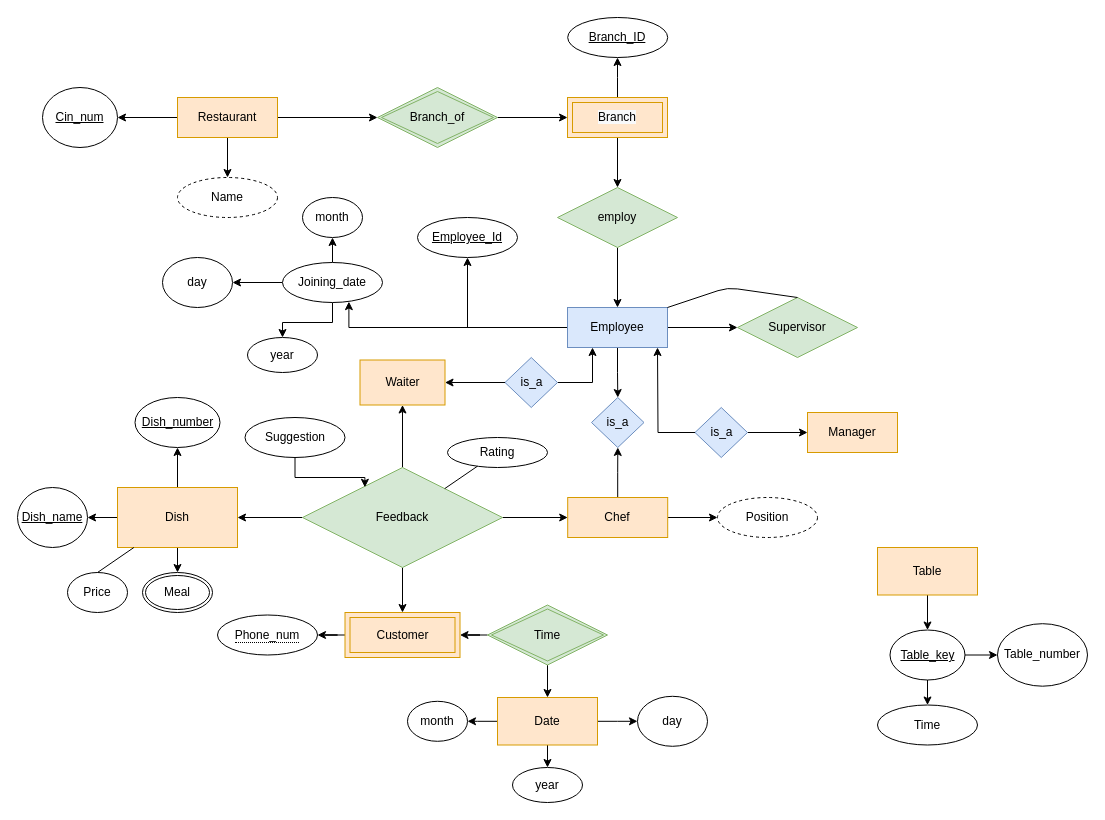
This is Restaurant Ratings.drawio from sarthaka1310/DAA, a draw.io file, before an edit. Source tidied: cells renumbered, new cells numbered last; positions are measured from the earlier drawing's top-left corner, leaving out a move shared by most shapes. Both pictures are drawn from the tidied source at 100%, with x=0, y=0 at pixel (17, 17).
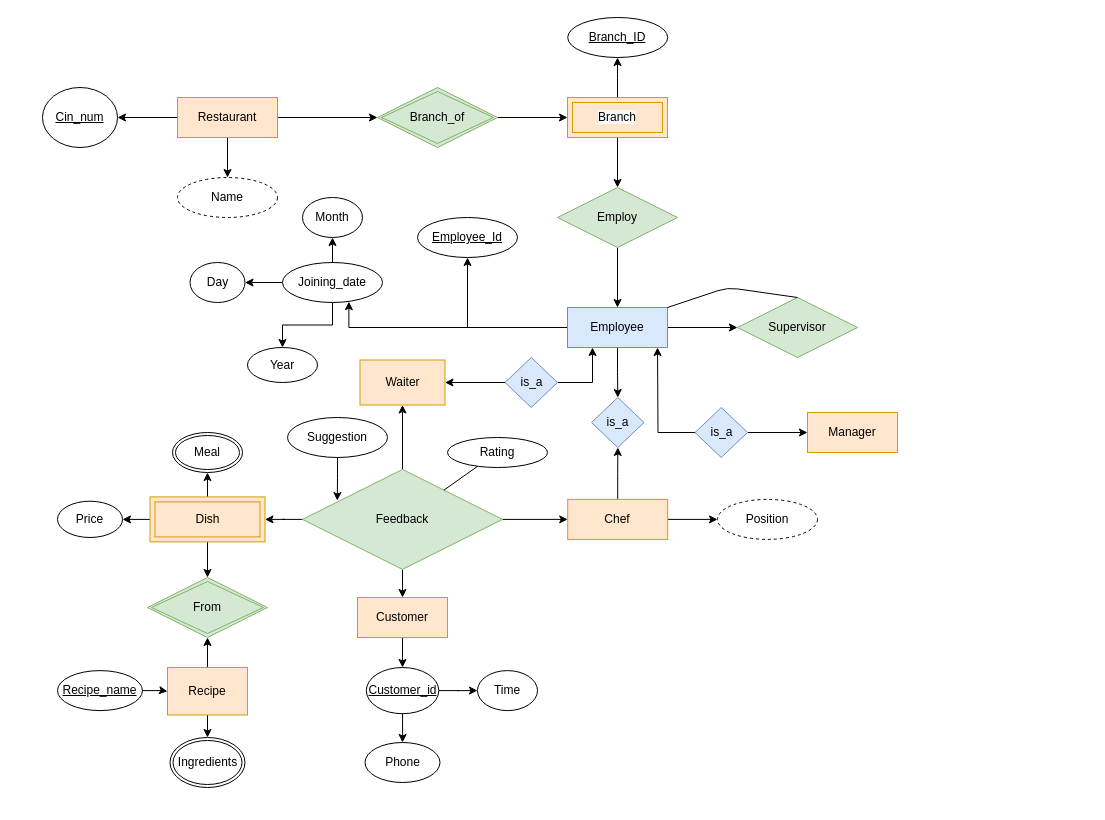
After the change.

Diff of the diagram source:
```diff
@@
-    <mxCell id="3" style="edgeStyle=orthogonalEdgeStyle;rounded=0;jettySize=auto;html=1;" parent="1" edge="1" source="6" target="15">
-      <mxGeometry relative="1" as="geometry" />
-    </mxCell>
@@
+    <mxCell id="82" style="edgeStyle=orthogonalEdgeStyle;rounded=0;jettySize=auto;html=1;" parent="1" edge="1" source="6" target="93">
+      <mxGeometry relative="1" as="geometry" />
+    </mxCell>
     <mxCell id="6" value="Feedback" style="rhombus;whiteSpace=wrap;html=1;fillColor=#d5e8d4;strokeColor=#82b366;" parent="1" vertex="1">
-      <mxGeometry x="285" y="450" width="200" height="100" as="geometry" />
+      <mxGeometry x="285" y="451.9" width="200" height="100" as="geometry" />
     </mxCell>
@@
     <mxCell id="9" value="Chef" style="whiteSpace=wrap;html=1;align=center;fillColor=#ffe6cc;strokeColor=#d79b00;" parent="1" vertex="1">
-      <mxGeometry x="550.2" y="480" width="100" height="40" as="geometry" />
+      <mxGeometry x="550.2" y="481.9" width="100" height="40" as="geometry" />
     </mxCell>
-    <mxCell id="10" style="edgeStyle=orthogonalEdgeStyle;rounded=0;jettySize=auto;html=1;" parent="1" edge="1" source="11" target="25">
-      <mxGeometry relative="1" as="geometry" />
-    </mxCell>
-    <mxCell id="11" value="Table" style="whiteSpace=wrap;html=1;fillColor=#ffe6cc;strokeColor=#d79b00;" parent="1" vertex="1">
-      <mxGeometry x="860" y="530" width="100" height="47.5" as="geometry" />
-    </mxCell>
-    <mxCell id="12" style="edgeStyle=orthogonalEdgeStyle;rounded=0;jettySize=auto;html=1;" parent="1" edge="1" source="15" target="26">
-      <mxGeometry relative="1" as="geometry" />
-    </mxCell>
-    <mxCell id="13" style="edgeStyle=orthogonalEdgeStyle;rounded=0;jettySize=auto;html=1;" parent="1" edge="1" source="15" target="27">
-      <mxGeometry relative="1" as="geometry" />
-    </mxCell>
-    <mxCell id="14" style="edgeStyle=orthogonalEdgeStyle;rounded=0;jettySize=auto;html=1;" parent="1" edge="1" source="15" target="50">
-      <mxGeometry relative="1" as="geometry" />
-    </mxCell>
-    <mxCell id="15" value="Dish" style="whiteSpace=wrap;html=1;fillColor=#ffe6cc;strokeColor=#d79b00;" parent="1" vertex="1">
-      <mxGeometry x="100" y="470" width="120" height="60" as="geometry" />
-    </mxCell>
@@
-    <mxCell id="23" style="edgeStyle=orthogonalEdgeStyle;rounded=0;jettySize=auto;html=1;" parent="1" edge="1" source="25" target="28">
-      <mxGeometry relative="1" as="geometry" />
-    </mxCell>
-    <mxCell id="24" style="edgeStyle=orthogonalEdgeStyle;rounded=0;jettySize=auto;html=1;" parent="1" edge="1" source="25" target="70">
-      <mxGeometry relative="1" as="geometry" />
-    </mxCell>
-    <mxCell id="25" value="Table_key" style="ellipse;whiteSpace=wrap;html=1;fillColor=none;fontStyle=4;" parent="1" vertex="1">
-      <mxGeometry x="872.5" y="612.5" width="75" height="50" as="geometry" />
-    </mxCell>
-    <mxCell id="26" value="Dish_name" style="ellipse;whiteSpace=wrap;html=1;fillColor=none;fontStyle=4;" parent="1" vertex="1">
-      <mxGeometry y="470" width="70" height="60" as="geometry" />
-    </mxCell>
-    <mxCell id="27" value="&lt;u&gt;Dish_number&lt;/u&gt;" style="ellipse;whiteSpace=wrap;html=1;fillColor=none;" parent="1" vertex="1">
-      <mxGeometry x="117.5" y="380" width="85" height="50" as="geometry" />
-    </mxCell>
-    <mxCell id="28" value="Table_number" style="ellipse;whiteSpace=wrap;html=1;fillColor=none;" parent="1" vertex="1">
-      <mxGeometry x="980" y="606.2" width="90" height="62.5" as="geometry" />
-    </mxCell>
-    <mxCell id="29" value="Price" style="ellipse;whiteSpace=wrap;html=1;fillColor=none;" parent="1" vertex="1">
-      <mxGeometry x="50" y="555" width="60" height="40" as="geometry" />
-    </mxCell>
     <mxCell id="30" value="Position" style="ellipse;whiteSpace=wrap;html=1;align=center;dashed=1;" parent="1" vertex="1">
-      <mxGeometry x="700" y="480" width="100" height="40" as="geometry" />
+      <mxGeometry x="700" y="481.9" width="100" height="40" as="geometry" />
     </mxCell>
+    <mxCell id="83" style="edgeStyle=orthogonalEdgeStyle;rounded=0;jettySize=auto;html=1;" parent="1" edge="1" source="32" target="48">
+      <mxGeometry relative="1" as="geometry" />
+    </mxCell>
@@
+    <mxCell id="84" style="edgeStyle=orthogonalEdgeStyle;rounded=0;jettySize=auto;html=1;" parent="1" edge="1" source="32" target="50">
+      <mxGeometry relative="1" as="geometry" />
+    </mxCell>
-    <mxCell id="32" value="Customer" style="shape=ext;margin=3;double=1;whiteSpace=wrap;html=1;align=center;fillColor=#ffe6cc;strokeColor=#d79b00;" parent="1" vertex="1">
-      <mxGeometry x="327.5" y="595" width="115" height="45" as="geometry" />
+    <mxCell id="32" value="Dish" style="shape=ext;margin=3;double=1;whiteSpace=wrap;html=1;align=center;fillColor=#ffe6cc;strokeColor=#d79b00;" parent="1" vertex="1">
+      <mxGeometry x="132.5" y="479.4" width="115" height="45" as="geometry" />
     </mxCell>
@@
-    <mxCell id="41" value="employ" style="shape=rhombus;perimeter=rhombusPerimeter;whiteSpace=wrap;html=1;align=center;fillColor=#d5e8d4;strokeColor=#82b366;" parent="1" vertex="1">
+    <mxCell id="41" value="Employ" style="shape=rhombus;perimeter=rhombusPerimeter;whiteSpace=wrap;html=1;align=center;fillColor=#d5e8d4;strokeColor=#82b366;" parent="1" vertex="1">
       <mxGeometry x="540" y="170" width="120" height="60" as="geometry" />
     </mxCell>
@@
-    <mxCell id="46" style="edgeStyle=orthogonalEdgeStyle;rounded=0;jettySize=auto;html=1;" parent="1" edge="1" source="48" target="32">
-      <mxGeometry relative="1" as="geometry" />
-    </mxCell>
-    <mxCell id="47" style="edgeStyle=orthogonalEdgeStyle;rounded=0;jettySize=auto;html=1;" parent="1" edge="1" source="48" target="78">
-      <mxGeometry relative="1" as="geometry" />
-    </mxCell>
-    <mxCell id="48" value="Time" style="shape=rhombus;double=1;perimeter=rhombusPerimeter;whiteSpace=wrap;html=1;align=center;fillColor=#d5e8d4;strokeColor=#82b366;" parent="1" vertex="1">
-      <mxGeometry x="470" y="587.5" width="120" height="60" as="geometry" />
+    <mxCell id="48" value="From" style="shape=rhombus;double=1;perimeter=rhombusPerimeter;whiteSpace=wrap;html=1;align=center;fillColor=#d5e8d4;strokeColor=#82b366;" parent="1" vertex="1">
+      <mxGeometry x="130" y="560" width="120" height="60" as="geometry" />
     </mxCell>
@@
-    <mxCell id="50" value="Meal" style="ellipse;shape=doubleEllipse;margin=3;whiteSpace=wrap;html=1;align=center;" parent="1" vertex="1">
-      <mxGeometry x="125" y="555" width="70" height="40" as="geometry" />
-    </mxCell>
-    <mxCell id="51" style="endArrow=none;html=1;rounded=0;exitX=0.5;exitY=0;exitDx=0;exitDy=0;" parent="1" edge="1" source="29" target="15">
-      <mxGeometry relative="1" as="geometry" />
-    </mxCell>
@@
-    <mxCell id="63" style="edgeStyle=orthogonalEdgeStyle;rounded=0;jettySize=auto;html=1;entryX=0.312;entryY=0.198;entryDx=0;entryDy=0;entryPerimeter=0;" parent="1" edge="1" source="64" target="6">
+    <mxCell id="63" style="edgeStyle=orthogonalEdgeStyle;rounded=0;jettySize=auto;html=1;entryX=0.174;entryY=0.312;entryDx=0;entryDy=0;entryPerimeter=0;" parent="1" edge="1" source="64" target="6">
       <mxGeometry relative="1" as="geometry" />
     </mxCell>
     <mxCell id="64" value="Suggestion" style="ellipse;whiteSpace=wrap;html=1;align=center;" parent="1" vertex="1">
-      <mxGeometry x="227.5" y="400" width="100" height="40" as="geometry" />
+      <mxGeometry x="270" y="400" width="100" height="40" as="geometry" />
     </mxCell>
@@
-    <mxCell id="70" value="Time" style="ellipse;whiteSpace=wrap;html=1;align=center;" parent="1" vertex="1">
-      <mxGeometry x="860" y="687.5" width="100" height="40" as="geometry" />
-    </mxCell>
-    <mxCell id="71" value="day" style="ellipse;whiteSpace=wrap;html=1;" parent="1" vertex="1">
-      <mxGeometry x="145" y="240" width="70" height="50" as="geometry" />
+    <mxCell id="71" value="Day" style="ellipse;whiteSpace=wrap;html=1;" parent="1" vertex="1">
+      <mxGeometry x="172.5" y="245" width="55" height="40" as="geometry" />
     </mxCell>
-    <mxCell id="72" value="month" style="ellipse;whiteSpace=wrap;html=1;" parent="1" vertex="1">
+    <mxCell id="72" value="Month" style="ellipse;whiteSpace=wrap;html=1;" parent="1" vertex="1">
       <mxGeometry x="285" y="180" width="60" height="40" as="geometry" />
     </mxCell>
-    <mxCell id="73" value="year" style="ellipse;whiteSpace=wrap;html=1;" parent="1" vertex="1">
-      <mxGeometry x="230" y="320" width="70" height="35" as="geometry" />
+    <mxCell id="73" value="Year" style="ellipse;whiteSpace=wrap;html=1;" parent="1" vertex="1">
+      <mxGeometry x="230" y="330" width="70" height="35" as="geometry" />
     </mxCell>
-    <mxCell id="74" value="&lt;span style=&quot;border-bottom: 1px dotted&quot;&gt;Phone_num&lt;/span&gt;" style="ellipse;whiteSpace=wrap;html=1;align=center;" parent="1" vertex="1">
-      <mxGeometry x="200" y="597.5" width="100" height="40" as="geometry" />
+    <mxCell id="74" value="Price" style="ellipse;whiteSpace=wrap;html=1;align=center;" parent="1" vertex="1">
+      <mxGeometry x="40" y="483.7" width="65" height="36.3" as="geometry" />
     </mxCell>
-    <mxCell id="75" style="edgeStyle=orthogonalEdgeStyle;rounded=0;jettySize=auto;html=1;" parent="1" edge="1" source="78" target="80">
-      <mxGeometry relative="1" as="geometry" />
-    </mxCell>
-    <mxCell id="76" style="edgeStyle=orthogonalEdgeStyle;rounded=0;jettySize=auto;html=1;" parent="1" edge="1" source="78" target="81">
-      <mxGeometry relative="1" as="geometry" />
-    </mxCell>
-    <mxCell id="77" style="edgeStyle=orthogonalEdgeStyle;rounded=0;jettySize=auto;html=1;" parent="1" edge="1" source="78" target="79">
-      <mxGeometry relative="1" as="geometry" />
-    </mxCell>
-    <mxCell id="78" value="Date" style="whiteSpace=wrap;html=1;fillColor=#ffe6cc;strokeColor=#d79b00;" parent="1" vertex="1">
-      <mxGeometry x="480" y="680" width="100" height="47.5" as="geometry" />
-    </mxCell>
-    <mxCell id="79" value="day" style="ellipse;whiteSpace=wrap;html=1;" parent="1" vertex="1">
-      <mxGeometry x="620" y="678.8" width="70" height="50" as="geometry" />
-    </mxCell>
-    <mxCell id="80" value="month" style="ellipse;whiteSpace=wrap;html=1;" parent="1" vertex="1">
-      <mxGeometry x="390" y="683.8" width="60" height="40" as="geometry" />
-    </mxCell>
-    <mxCell id="81" value="year" style="ellipse;whiteSpace=wrap;html=1;" parent="1" vertex="1">
-      <mxGeometry x="495" y="750" width="70" height="35" as="geometry" />
-    </mxCell>
+    <mxCell id="85" style="edgeStyle=orthogonalEdgeStyle;rounded=0;jettySize=auto;html=1;" parent="1" edge="1" source="87" target="48">
+      <mxGeometry relative="1" as="geometry" />
+    </mxCell>
+    <mxCell id="86" style="edgeStyle=orthogonalEdgeStyle;rounded=0;jettySize=auto;html=1;" parent="1" edge="1" source="87" target="91">
+      <mxGeometry relative="1" as="geometry" />
+    </mxCell>
+    <mxCell id="87" value="Recipe" style="whiteSpace=wrap;html=1;fillColor=#ffe6cc;strokeColor=#d79b00;" parent="1" vertex="1">
+      <mxGeometry x="150" y="650" width="80" height="47.5" as="geometry" />
+    </mxCell>
+    <mxCell id="88" style="edgeStyle=orthogonalEdgeStyle;rounded=0;jettySize=auto;html=1;" parent="1" edge="1" source="90" target="70">
+      <mxGeometry relative="1" as="geometry" />
+    </mxCell>
+    <mxCell id="89" style="edgeStyle=orthogonalEdgeStyle;rounded=0;jettySize=auto;html=1;" parent="1" edge="1" source="90" target="94">
+      <mxGeometry relative="1" as="geometry" />
+    </mxCell>
+    <mxCell id="90" value="Customer_id" style="ellipse;whiteSpace=wrap;html=1;fillColor=none;fontStyle=4;" parent="1" vertex="1">
+      <mxGeometry x="348.8" y="650" width="72.5" height="46.2" as="geometry" />
+    </mxCell>
+    <mxCell id="91" value="Ingredients" style="ellipse;shape=doubleEllipse;margin=3;whiteSpace=wrap;html=1;align=center;" parent="1" vertex="1">
+      <mxGeometry x="152.5" y="720" width="75" height="50" as="geometry" />
+    </mxCell>
+    <mxCell id="92" style="edgeStyle=orthogonalEdgeStyle;rounded=0;jettySize=auto;html=1;" parent="1" edge="1" source="93" target="90">
+      <mxGeometry relative="1" as="geometry" />
+    </mxCell>
+    <mxCell id="93" value="Customer" style="whiteSpace=wrap;html=1;fillColor=#ffe6cc;strokeColor=#d79b00;" parent="1" vertex="1">
+      <mxGeometry x="340" y="580" width="90" height="40" as="geometry" />
+    </mxCell>
+    <mxCell id="50" value="Meal" style="ellipse;shape=doubleEllipse;margin=3;whiteSpace=wrap;html=1;align=center;" parent="1" vertex="1">
+      <mxGeometry x="155" y="415" width="70" height="40" as="geometry" />
+    </mxCell>
+    <mxCell id="70" value="Time" style="ellipse;whiteSpace=wrap;html=1;align=center;" parent="1" vertex="1">
+      <mxGeometry x="460" y="653.1" width="60" height="40" as="geometry" />
+    </mxCell>
+    <mxCell id="94" value="Phone" style="ellipse;whiteSpace=wrap;html=1;align=center;" parent="1" vertex="1">
+      <mxGeometry x="347.5" y="725" width="75" height="40" as="geometry" />
+    </mxCell>
+    <mxCell id="95" style="edgeStyle=orthogonalEdgeStyle;rounded=0;jettySize=auto;html=1;" parent="1" edge="1" source="96" target="87">
+      <mxGeometry relative="1" as="geometry" />
+    </mxCell>
+    <mxCell id="96" value="Recipe_name" style="ellipse;whiteSpace=wrap;html=1;align=center;fontStyle=4;" parent="1" vertex="1">
+      <mxGeometry x="40" y="653.1" width="85" height="40" as="geometry" />
+    </mxCell>
```
